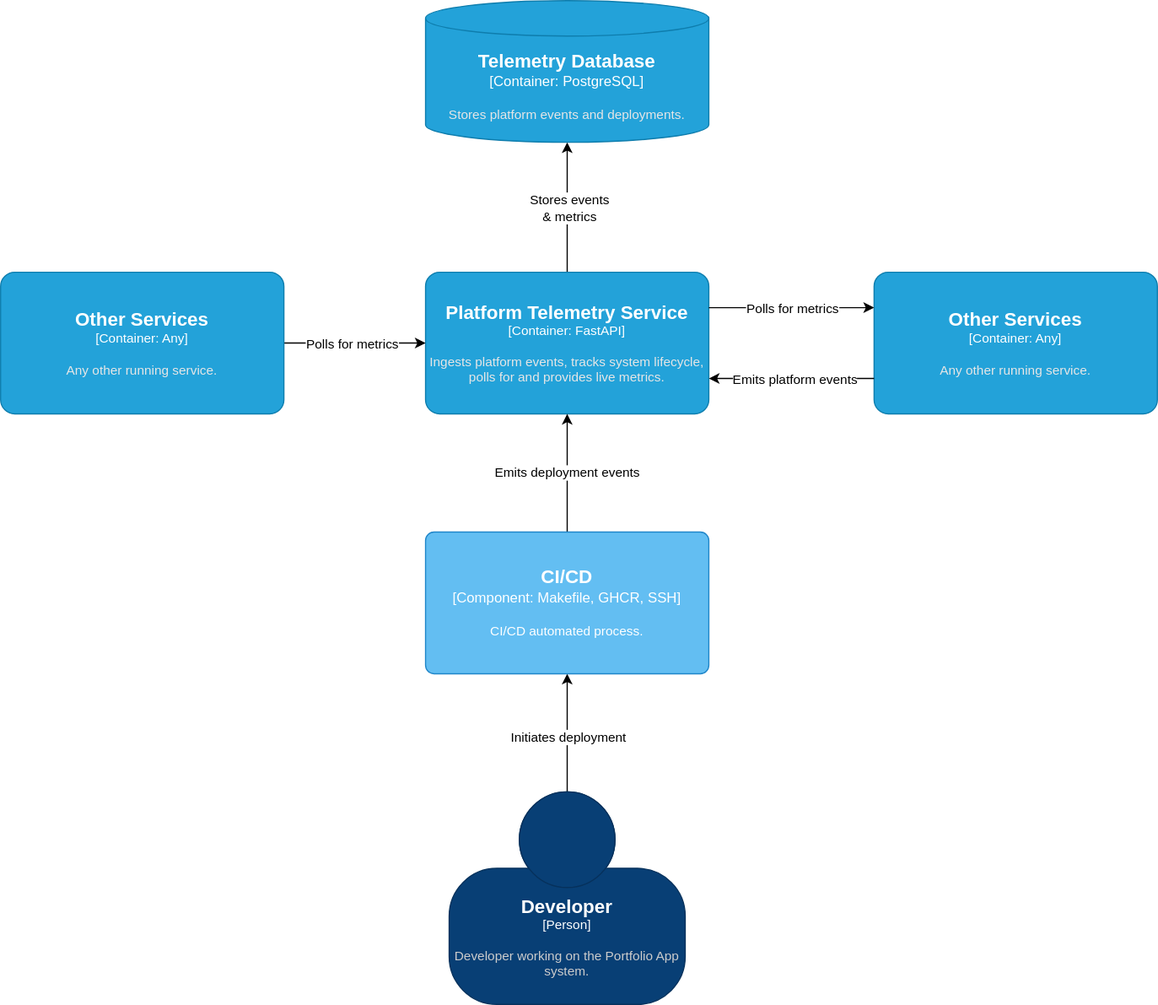
Before: services/backend/docs/architecture.drawio.svg, a diagram exported from draw.io (kencopas/PortfolioApp). Source tidied: cells renumbered, new cells last; positions are measured from the earlier drawing's top-left corner, leaving out a move shared by most shapes.
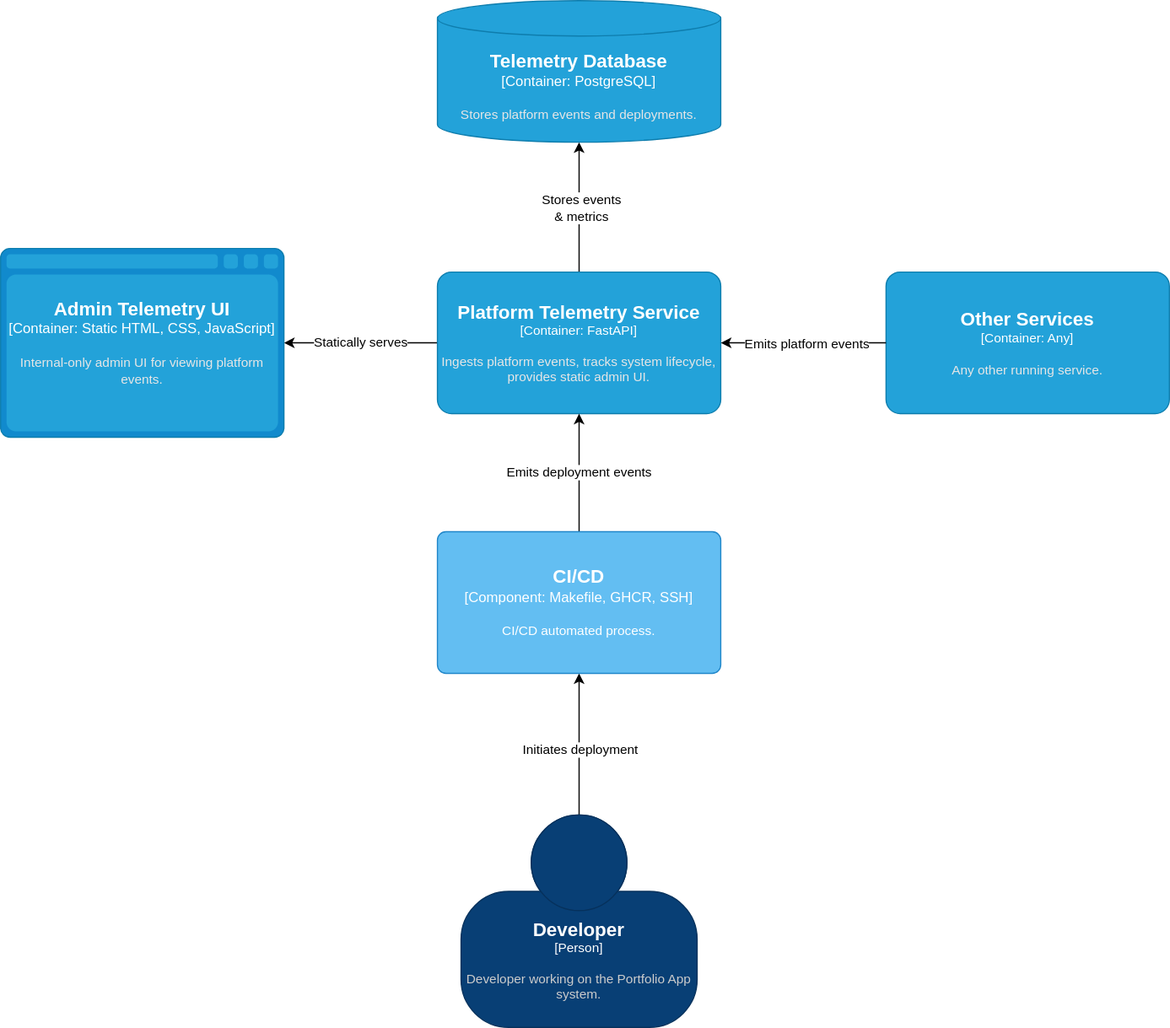
Above is the later version.

Commit message:
Finish ADR 0004; Update backend architecture diagram

The edit, as a diff of the source:
```diff
@@ -8,7 +8,10 @@
     <mxCell id="3" value="Stores events&lt;div&gt;&amp;amp; metrics&lt;/div&gt;" style="edgeLabel;html=1;align=center;verticalAlign=middle;" parent="2" vertex="1">
       <mxGeometry y="-1" relative="1" as="geometry" />
     </mxCell>
+    <mxCell id="20" value="Statically serves" style="edgeStyle=orthogonalEdgeStyle;rounded=0;jettySize=auto;html=1;" parent="1" edge="1" source="4" target="19">
+      <mxGeometry relative="1" as="geometry" />
+    </mxCell>
-    <object id="4" label="&lt;font style=&quot;font-size: 16px&quot;&gt;&lt;b&gt;%c4Name%&lt;/b&gt;&lt;/font&gt;&lt;div&gt;[%c4Type%: %c4Technology%]&lt;/div&gt;&lt;br&gt;&lt;div&gt;&lt;font style=&quot;font-size: 11px&quot;&gt;&lt;font color=&quot;#E6E6E6&quot;&gt;%c4Description%&lt;/font&gt;&lt;/div&gt;" c4Description="Ingests platform events, tracks system lifecycle, polls for and provides live metrics." c4Name="Platform Telemetry Service" c4Technology="FastAPI" c4Type="Container" placeholders="1">
+    <object id="4" label="&lt;font style=&quot;font-size: 16px&quot;&gt;&lt;b&gt;%c4Name%&lt;/b&gt;&lt;/font&gt;&lt;div&gt;[%c4Type%: %c4Technology%]&lt;/div&gt;&lt;br&gt;&lt;div&gt;&lt;font style=&quot;font-size: 11px&quot;&gt;&lt;font color=&quot;#E6E6E6&quot;&gt;%c4Description%&lt;/font&gt;&lt;/div&gt;" c4Description="Ingests platform events, tracks system lifecycle, provides static admin UI." c4Name="Platform Telemetry Service" c4Technology="FastAPI" c4Type="Container" placeholders="1">
       <mxCell style="rounded=1;whiteSpace=wrap;html=1;fontSize=11;labelBackgroundColor=none;fillColor=#23A2D9;fontColor=#ffffff;align=center;arcSize=10;strokeColor=#0E7DAD;points=[[0.25,0,0],[0.5,0,0],[0.75,0,0],[1,0.25,0],[1,0.5,0],[1,0.75,0],[0.75,1,0],[0.5,1,0],[0.25,1,0],[0,0.75,0],[0,0.5,0],[0,0.25,0]];" parent="1" vertex="1">
         <mxGeometry x="360" y="230" width="240" height="120" as="geometry" />
       </mxCell>
@@ -26,7 +29,7 @@
     </mxCell>
     <object id="8" label="&lt;font style=&quot;font-size: 16px&quot;&gt;&lt;b&gt;%c4Name%&lt;/b&gt;&lt;/font&gt;&lt;div&gt;[%c4Type%]&lt;/div&gt;&lt;br&gt;&lt;div&gt;&lt;font style=&quot;font-size: 11px&quot;&gt;&lt;font color=&quot;#cccccc&quot;&gt;%c4Description%&lt;/font&gt;&lt;/div&gt;" c4Description="Developer working on the Portfolio App system." c4Name="Developer" c4Type="Person" placeholders="1">
       <mxCell style="html=1;fontSize=11;dashed=0;whiteSpace=wrap;fillColor=#083F75;strokeColor=#06315C;fontColor=#ffffff;shape=mxgraph.c4.person2;align=center;points=[[0.5,0,0],[1,0.5,0],[1,0.75,0],[0.75,1,0],[0.5,1,0],[0.25,1,0],[0,0.75,0],[0,0.5,0]];" parent="1" vertex="1">
-        <mxGeometry x="380" y="670" width="200" height="180" as="geometry" />
+        <mxGeometry x="380" y="690" width="200" height="180" as="geometry" />
       </mxCell>
     </object>
     <mxCell id="9" style="edgeStyle=orthogonalEdgeStyle;rounded=0;jettySize=auto;html=1;entryX=0.5;entryY=1;entryDx=0;entryDy=0;entryPerimeter=0;exitX=0.5;exitY=0;exitDx=0;exitDy=0;exitPerimeter=0;" parent="1" edge="1" source="11" target="4">
@@ -45,7 +48,7 @@
         <mxGeometry x="740" y="230" width="240" height="120" as="geometry" />
       </mxCell>
     </object>
-    <mxCell id="13" style="edgeStyle=orthogonalEdgeStyle;rounded=0;jettySize=auto;html=1;entryX=1;entryY=0.75;entryDx=0;entryDy=0;entryPerimeter=0;exitX=0;exitY=0.75;exitDx=0;exitDy=0;exitPerimeter=0;" parent="1" edge="1" source="12" target="4">
+    <mxCell id="13" style="edgeStyle=orthogonalEdgeStyle;rounded=0;jettySize=auto;html=1;entryX=1;entryY=0.5;entryDx=0;entryDy=0;entryPerimeter=0;exitX=0;exitY=0.5;exitDx=0;exitDy=0;exitPerimeter=0;" parent="1" edge="1" source="12" target="4">
       <mxGeometry relative="1" as="geometry" />
     </mxCell>
     <mxCell id="14" value="Emits platform events" style="edgeLabel;html=1;align=center;verticalAlign=middle;" parent="13" vertex="1">
@@ -53,25 +56,9 @@
         <mxPoint y="3" as="offset" />
       </mxGeometry>
     </mxCell>
-    <mxCell id="15" style="edgeStyle=orthogonalEdgeStyle;rounded=0;jettySize=auto;html=1;exitX=1;exitY=0.25;exitDx=0;exitDy=0;exitPerimeter=0;entryX=0;entryY=0.25;entryDx=0;entryDy=0;entryPerimeter=0;" parent="1" edge="1" source="4" target="12">
-      <mxGeometry relative="1" as="geometry" />
-    </mxCell>
-    <mxCell id="16" value="Polls for metrics" style="edgeLabel;html=1;align=center;verticalAlign=middle;" parent="15" vertex="1">
-      <mxGeometry x="-0.64" y="-1" relative="1" as="geometry">
-        <mxPoint x="45" y="-1" as="offset" />
-      </mxGeometry>
-    </mxCell>
-    <mxCell id="17" style="edgeStyle=orthogonalEdgeStyle;rounded=0;jettySize=auto;html=1;" parent="1" edge="1" source="19" target="4">
-      <mxGeometry relative="1" as="geometry" />
-    </mxCell>
-    <mxCell id="18" value="Polls for metrics" style="edgeLabel;html=1;align=center;verticalAlign=middle;" parent="17" vertex="1">
-      <mxGeometry x="-0.05" y="1" relative="1" as="geometry">
-        <mxPoint y="1" as="offset" />
-      </mxGeometry>
-    </mxCell>
-    <object id="19" label="&lt;font style=&quot;font-size: 16px&quot;&gt;&lt;b&gt;%c4Name%&lt;/b&gt;&lt;/font&gt;&lt;div&gt;[%c4Type%: %c4Technology%]&lt;/div&gt;&lt;br&gt;&lt;div&gt;&lt;font style=&quot;font-size: 11px&quot;&gt;&lt;font color=&quot;#E6E6E6&quot;&gt;%c4Description%&lt;/font&gt;&lt;/div&gt;" c4Description="Any other running service." c4Name="Other Services" c4Technology="Any" c4Type="Container" placeholders="1">
-      <mxCell style="rounded=1;whiteSpace=wrap;html=1;fontSize=11;labelBackgroundColor=none;fillColor=#23A2D9;fontColor=#ffffff;align=center;arcSize=10;strokeColor=#0E7DAD;points=[[0.25,0,0],[0.5,0,0],[0.75,0,0],[1,0.25,0],[1,0.5,0],[1,0.75,0],[0.75,1,0],[0.5,1,0],[0.25,1,0],[0,0.75,0],[0,0.5,0],[0,0.25,0]];" parent="1" vertex="1">
-        <mxGeometry y="230" width="240" height="120" as="geometry" />
+    <object id="19" label="&lt;font style=&quot;font-size: 16px&quot;&gt;&lt;b&gt;%c4Name%&lt;/b&gt;&lt;/font&gt;&lt;div&gt;[%c4Type%:&amp;nbsp;%c4Technology%]&lt;/div&gt;&lt;br&gt;&lt;div&gt;&lt;font style=&quot;font-size: 11px&quot;&gt;&lt;font color=&quot;#E6E6E6&quot;&gt;%c4Description%&lt;/font&gt;&lt;/div&gt;" c4Description="Internal-only admin UI for viewing platform events." c4Name="Admin Telemetry UI" c4Technology="Static HTML, CSS, JavaScript" c4Type="Container" placeholders="1">
+      <mxCell style="shape=mxgraph.c4.webBrowserContainer2;whiteSpace=wrap;html=1;boundedLbl=1;rounded=0;labelBackgroundColor=none;strokeColor=#118ACD;fillColor=#23A2D9;strokeColor=#118ACD;strokeColor2=#0E7DAD;fontSize=12;fontColor=#ffffff;align=center;points=[[0.5,0,0],[1,0.25,0],[1,0.5,0],[1,0.75,0],[0.5,1,0],[0,0.75,0],[0,0.5,0],[0,0.25,0]];" parent="1" vertex="1">
+        <mxGeometry x="-10" y="210" width="240" height="160" as="geometry" />
       </mxCell>
     </object>
   </root>
```
